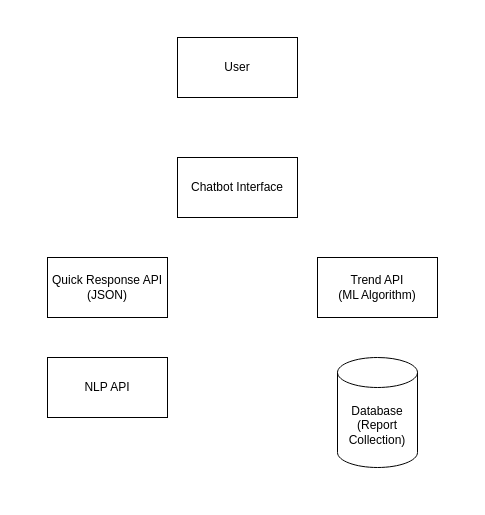
pranavn35/ProjectDiagrams keeps this draw.io diagram as SystemDesign.drawio. Above is the earlier version. Source tidied: cells renumbered, new cells numbered last; positions are measured from the earlier drawing's top-left corner, leaving out a move shared by most shapes. Both pictures are drawn from the tidied source at 100%, with x=0, y=0 at pixel (47, 37).
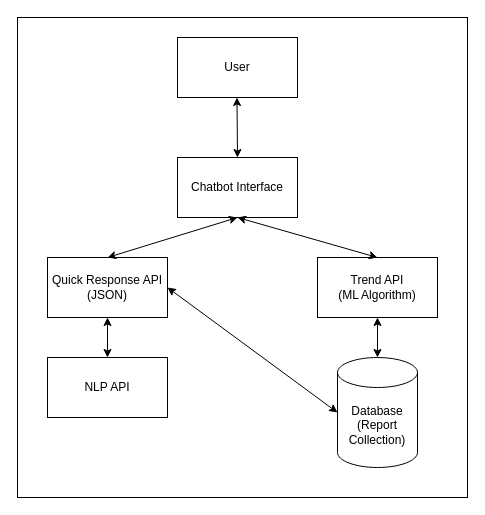
Above is the later version.

The edit, as a diff of the source:
```diff
@@
 <mxGraphModel>
   <root>
     <mxCell id="0" />
     <mxCell id="1" parent="0" />
     <mxCell id="2" value="User" style="rounded=0;whiteSpace=wrap;html=1;" parent="1" vertex="1">
       <mxGeometry x="130" width="120" height="60" as="geometry" />
     </mxCell>
     <mxCell id="3" value="Chatbot Interface" style="rounded=0;whiteSpace=wrap;html=1;" parent="1" vertex="1">
       <mxGeometry x="130" y="120" width="120" height="60" as="geometry" />
     </mxCell>
     <mxCell id="4" value="Quick Response API (JSON)" style="rounded=0;whiteSpace=wrap;html=1;" parent="1" vertex="1">
       <mxGeometry y="220" width="120" height="60" as="geometry" />
     </mxCell>
     <mxCell id="5" value="NLP API" style="rounded=0;whiteSpace=wrap;html=1;" parent="1" vertex="1">
       <mxGeometry y="320" width="120" height="60" as="geometry" />
     </mxCell>
     <mxCell id="6" value="Database&lt;br&gt;(Report Collection)" style="shape=cylinder3;whiteSpace=wrap;html=1;boundedLbl=1;backgroundOutline=1;size=15;" parent="1" vertex="1">
       <mxGeometry x="290" y="320" width="80" height="110" as="geometry" />
     </mxCell>
     <mxCell id="7" value="Trend API&lt;br&gt;(ML Algorithm)" style="rounded=0;whiteSpace=wrap;html=1;" parent="1" vertex="1">
       <mxGeometry x="270" y="220" width="120" height="60" as="geometry" />
     </mxCell>
+    <mxCell id="8" style="endArrow=classic;startArrow=classic;html=1;rounded=0;" parent="1" edge="1">
+      <mxGeometry relative="1" as="geometry">
+        <mxPoint x="190" y="120" as="sourcePoint" />
+        <mxPoint x="189.5" y="60" as="targetPoint" />
+      </mxGeometry>
+    </mxCell>
+    <mxCell id="9" style="endArrow=classic;startArrow=classic;html=1;rounded=0;exitX=0.5;exitY=0;exitDx=0;exitDy=0;" parent="1" edge="1" source="4">
+      <mxGeometry relative="1" as="geometry">
+        <mxPoint x="190" y="180" as="targetPoint" />
+      </mxGeometry>
+    </mxCell>
+    <mxCell id="10" style="endArrow=classic;startArrow=classic;html=1;rounded=0;exitX=0.5;exitY=0;exitDx=0;exitDy=0;" parent="1" edge="1" source="7">
+      <mxGeometry relative="1" as="geometry">
+        <mxPoint x="190" y="180" as="targetPoint" />
+      </mxGeometry>
+    </mxCell>
+    <mxCell id="11" style="endArrow=classic;startArrow=classic;html=1;rounded=0;exitX=0.5;exitY=1;exitDx=0;exitDy=0;entryX=0.5;entryY=0;entryDx=0;entryDy=0;" parent="1" edge="1" source="4" target="5">
+      <mxGeometry relative="1" as="geometry" />
+    </mxCell>
+    <mxCell id="12" style="endArrow=classic;startArrow=classic;html=1;rounded=0;exitX=0.5;exitY=0;exitDx=0;exitDy=0;entryX=0.5;entryY=1;entryDx=0;entryDy=0;exitPerimeter=0;" parent="1" edge="1" source="6" target="7">
+      <mxGeometry relative="1" as="geometry" />
+    </mxCell>
+    <mxCell id="13" style="endArrow=classic;startArrow=classic;html=1;rounded=0;exitX=0;exitY=0.5;exitDx=0;exitDy=0;entryX=0.5;entryY=1;entryDx=0;entryDy=0;exitPerimeter=0;" parent="1" edge="1" source="6">
+      <mxGeometry relative="1" as="geometry">
+        <mxPoint x="120" y="250" as="targetPoint" />
+      </mxGeometry>
+    </mxCell>
+    <mxCell id="14" style="rounded=0;whiteSpace=wrap;html=1;fillColor=none;" parent="1" vertex="1">
+      <mxGeometry x="-30" y="-20" width="450" height="480" as="geometry" />
+    </mxCell>
   </root>
 </mxGraphModel>
```
